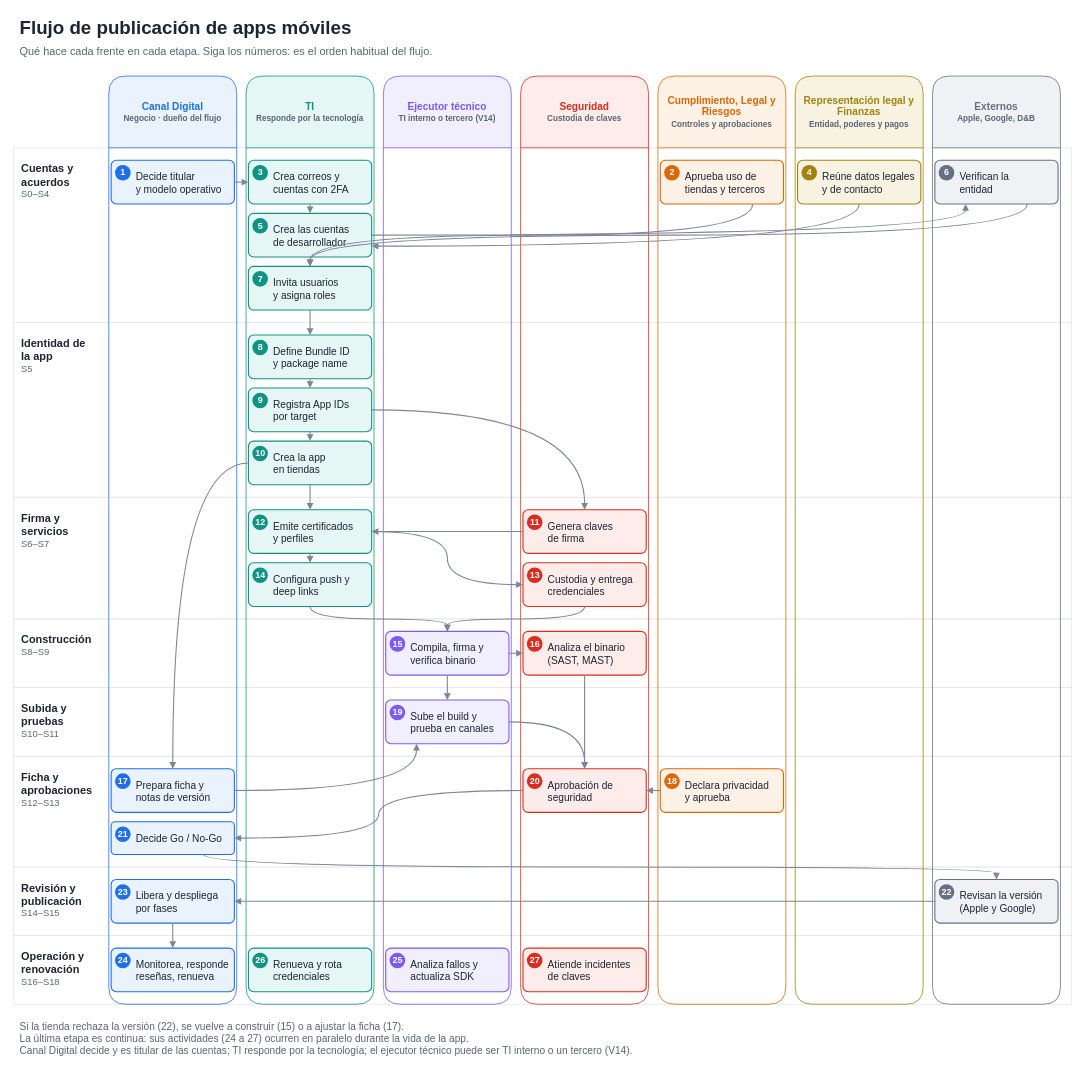
Before: dist/swimlanes.drawio in devla90/mobile-app-publishing-model, a draw.io diagram. Source tidied: cells renumbered, new cells numbered last; positions are measured from the earlier drawing's top-left corner, leaving out a move shared by most shapes. Both pictures are drawn from the tidied source at 78%, with x=0, y=0 at pixel (13, 13).
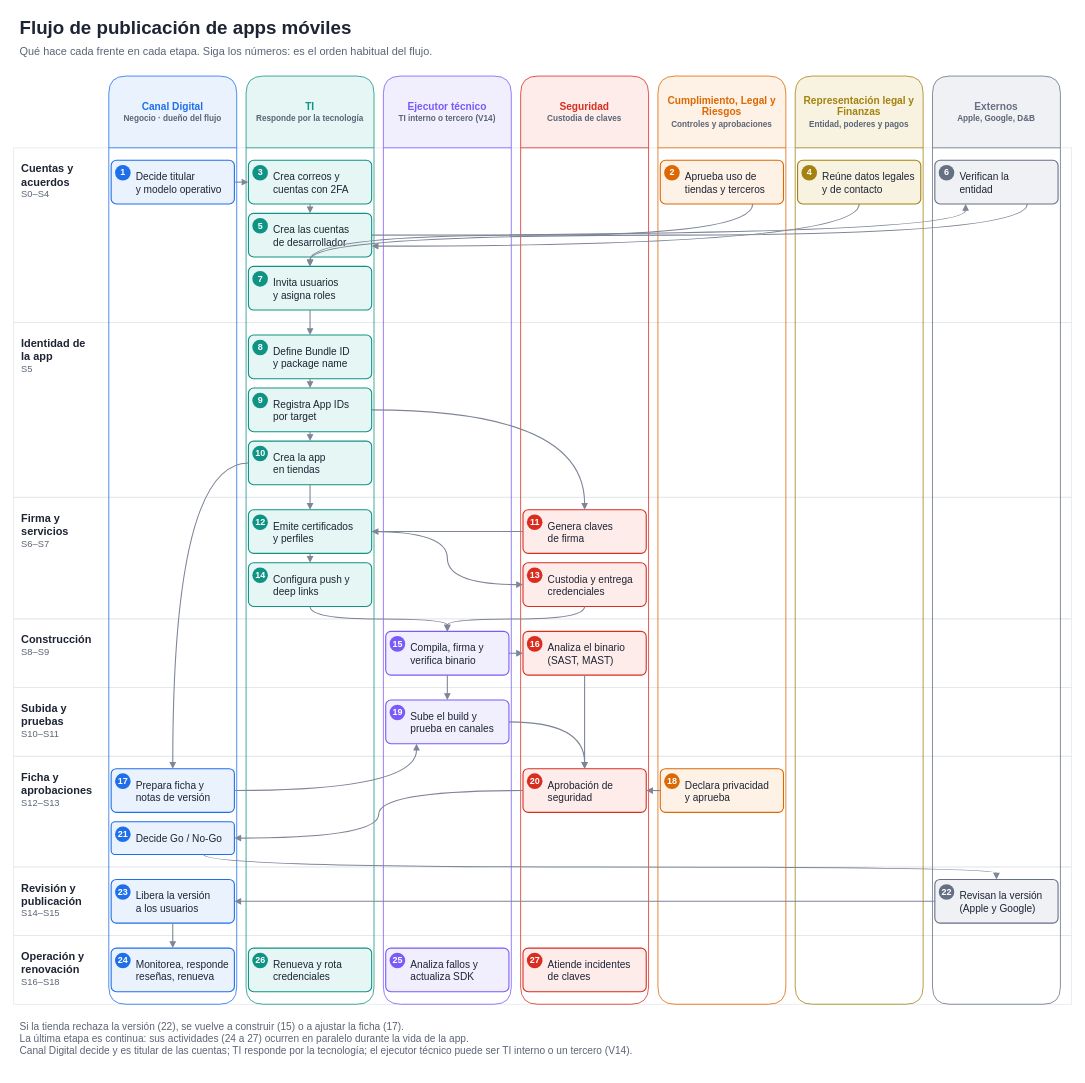
After the change.

The change refers to these unchanged cells:
```xml
<mxCell id="12" value="&lt;b style=&quot;font-size:13px&quot;&gt;Canal Digital&lt;/b&gt;&lt;br&gt;&lt;span style=&quot;font-size:10.5px;color:#5B6475&quot;&gt;Negocio · dueño del flujo&lt;/span&gt;" style="swimlane;html=1;whiteSpace=wrap;startSize=92;rounded=1;arcSize=8;fillColor=#EAF2FE;swimlaneFillColor=none;strokeColor=#1F6FEB;fontColor=#1F6FEB;horizontal=1;verticalAlign=middle;fontFamily=Calibri;" parent="1" vertex="1">
  <mxGeometry x="122" y="80" width="164" height="1190" as="geometry" />
</mxCell>
```

Diff of the diagram source:
```diff
@@
-    <mxCell id="19" value="Libera y despliega&lt;br&gt;por fases" style="rounded=1;arcSize=12;html=1;whiteSpace=wrap;fillColor=#EAF2FE;strokeColor=#1F6FEB;strokeWidth=1.4;align=left;verticalAlign=top;spacingLeft=30;spacingTop=7;fontSize=13;fontColor=#1D2433;fontFamily=Calibri;" parent="12" vertex="1">
+    <mxCell id="19" value="Libera la versión&lt;br&gt;a los usuarios" style="rounded=1;arcSize=12;html=1;whiteSpace=wrap;fillColor=#EAF2FE;strokeColor=#1F6FEB;strokeWidth=1.4;align=left;verticalAlign=top;spacingLeft=30;spacingTop=7;fontSize=13;fontColor=#1D2433;fontFamily=Calibri;" parent="12" vertex="1">
       <mxGeometry x="3" y="1030" width="158" height="56" as="geometry" />
     </mxCell>
```
